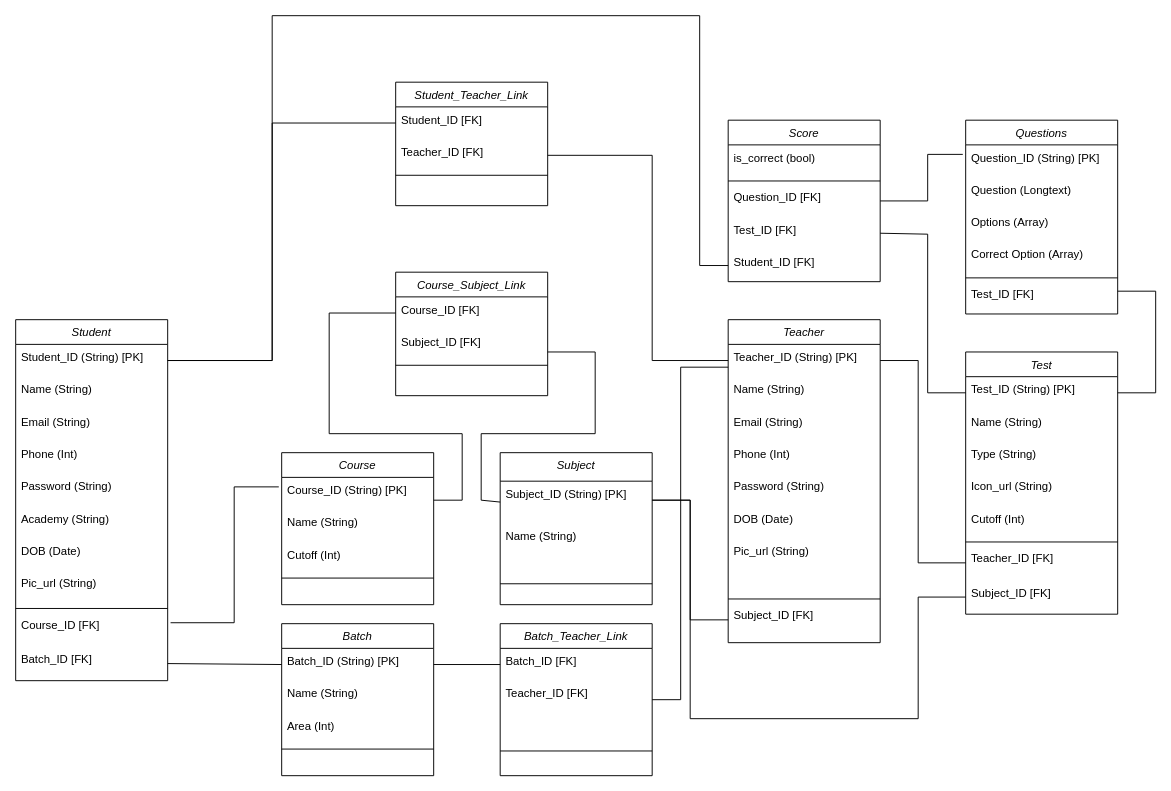
Above: Untitled Diagram.drawio in hemangmonga/QuizApp (draw.io), before the change. Source tidied: cells renumbered, new cells numbered last; positions are measured from the earlier drawing's top-left corner, leaving out a move shared by most shapes. Both pictures are drawn from the tidied source at 95%, with x=0, y=0 at pixel (15, 15).
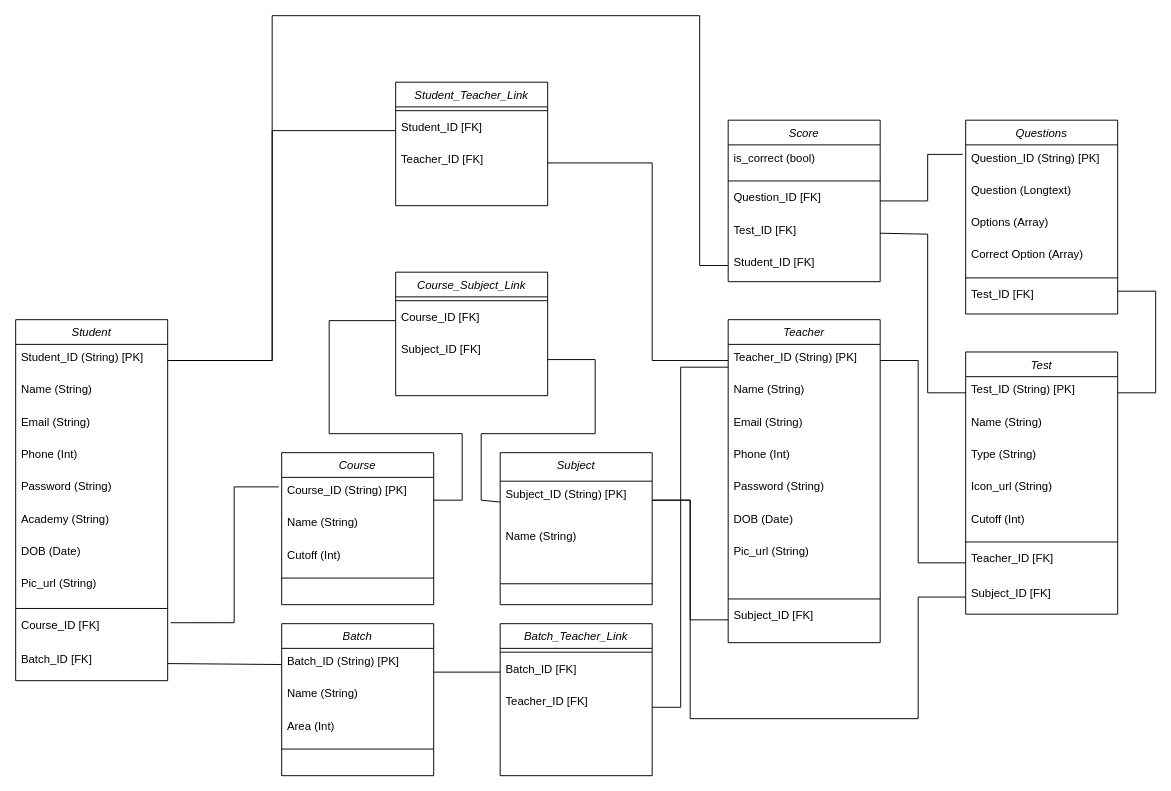
After the change.

Unchanged cells that the change refers to:
```xml
<mxCell id="15" value="Course_ID (String) [PK]" style="text;align=left;verticalAlign=top;spacingLeft=4;spacingRight=4;overflow=hidden;points=[[0,0.5],[1,0.5]];portConstraint=eastwest;" parent="14" vertex="1">
  <mxGeometry y="26" width="160" height="34" as="geometry" />
</mxCell>
<mxCell id="21" value="Batch_ID (String) [PK]" style="text;align=left;verticalAlign=top;spacingLeft=4;spacingRight=4;overflow=hidden;points=[[0,0.5],[1,0.5]];portConstraint=eastwest;" parent="20" vertex="1">
  <mxGeometry y="26" width="160" height="34" as="geometry" />
</mxCell>
<mxCell id="26" value="Subject_ID (String) [PK]" style="text;align=left;verticalAlign=top;spacingLeft=4;spacingRight=4;overflow=hidden;points=[[0,0.5],[1,0.5]];portConstraint=eastwest;" parent="25" vertex="1">
  <mxGeometry y="30" width="160" height="44" as="geometry" />
</mxCell>
<mxCell id="29" value="Course_Subject_Link" style="swimlane;fontStyle=2;align=center;verticalAlign=top;horizontal=1;startSize=26;rounded=0;shadow=0;strokeWidth=1;" parent="1" vertex="1">
  <mxGeometry x="400" y="270" width="160" height="130" as="geometry" />
</mxCell>
<mxCell id="36" value="Teacher_ID (String) [PK]" style="text;align=left;verticalAlign=top;spacingLeft=4;spacingRight=4;overflow=hidden;points=[[0,0.5],[1,0.5]];portConstraint=eastwest;" parent="35" vertex="1">
  <mxGeometry y="26" width="160" height="34" as="geometry" />
</mxCell>
<mxCell id="46" value="Student_Teacher_Link" style="swimlane;fontStyle=2;align=center;verticalAlign=top;horizontal=1;startSize=26;rounded=0;shadow=0;strokeWidth=1;" parent="1" vertex="1">
  <mxGeometry x="400" y="70" width="160" height="130" as="geometry" />
</mxCell>
<mxCell id="77" value="Batch_Teacher_Link" style="swimlane;fontStyle=2;align=center;verticalAlign=top;horizontal=1;startSize=26;rounded=0;shadow=0;strokeWidth=1;" parent="1" vertex="1">
  <mxGeometry x="510" y="640" width="160" height="160" as="geometry" />
</mxCell>
```

What changed in the source:
```diff
@@
+    <mxCell id="32" style="line;html=1;strokeWidth=1;align=left;verticalAlign=middle;spacingTop=-1;spacingLeft=3;spacingRight=3;labelPosition=right;" parent="29" vertex="1">
+      <mxGeometry y="26" width="160" height="8" as="geometry" />
+    </mxCell>
     <mxCell id="30" value="Course_ID [FK]" style="text;align=left;verticalAlign=top;spacingLeft=4;spacingRight=4;overflow=hidden;points=[[0,0.5],[1,0.5]];portConstraint=eastwest;" parent="29" vertex="1">
-      <mxGeometry y="26" width="160" height="34" as="geometry" />
+      <mxGeometry y="34" width="160" height="34" as="geometry" />
     </mxCell>
     <mxCell id="31" value="Subject_ID [FK]&#10; " style="text;align=left;verticalAlign=top;spacingLeft=4;spacingRight=4;overflow=hidden;points=[[0,0.5],[1,0.5]];portConstraint=eastwest;" parent="29" vertex="1">
-      <mxGeometry y="60" width="160" height="34" as="geometry" />
+      <mxGeometry y="68" width="160" height="34" as="geometry" />
     </mxCell>
-    <mxCell id="32" style="line;html=1;strokeWidth=1;align=left;verticalAlign=middle;spacingTop=-1;spacingLeft=3;spacingRight=3;labelPosition=right;" parent="29" vertex="1">
-      <mxGeometry y="94" width="160" height="8" as="geometry" />
-    </mxCell>
     <mxCell id="33" style="endArrow=none;html=1;rounded=0;exitX=1;exitY=0.706;exitDx=0;exitDy=0;exitPerimeter=0;entryX=0;entryY=0.5;entryDx=0;entryDy=0;" parent="1" edge="1" source="15" target="30">
       <mxGeometry relative="1" as="geometry">
         <Array as="points">
           <mxPoint x="470" y="510" />
           <mxPoint x="470" y="440" />
           <mxPoint x="330" y="440" />
-          <mxPoint x="330" y="313" />
+          <mxPoint x="330" y="321" />
         </Array>
       </mxGeometry>
     </mxCell>
     <mxCell id="34" style="endArrow=none;html=1;rounded=0;exitX=1;exitY=0.706;exitDx=0;exitDy=0;exitPerimeter=0;entryX=0;entryY=0.5;entryDx=0;entryDy=0;" parent="1" edge="1" source="31" target="26">
       <mxGeometry relative="1" as="geometry">
         <Array as="points">
-          <mxPoint x="610" y="354" />
+          <mxPoint x="610" y="362" />
           <mxPoint x="610" y="440" />
           <mxPoint x="490" y="440" />
           <mxPoint x="490" y="510" />
         </Array>
       </mxGeometry>
     </mxCell>
@@
+    <mxCell id="49" style="line;html=1;strokeWidth=1;align=left;verticalAlign=middle;spacingTop=-1;spacingLeft=3;spacingRight=3;labelPosition=right;" parent="46" vertex="1">
+      <mxGeometry y="26" width="160" height="8" as="geometry" />
+    </mxCell>
     <mxCell id="47" value="Student_ID [FK]" style="text;align=left;verticalAlign=top;spacingLeft=4;spacingRight=4;overflow=hidden;points=[[0,0.5],[1,0.5]];portConstraint=eastwest;" parent="46" vertex="1">
-      <mxGeometry y="26" width="160" height="34" as="geometry" />
+      <mxGeometry y="34" width="160" height="34" as="geometry" />
     </mxCell>
     <mxCell id="48" value="Teacher_ID [FK]&#10; " style="text;align=left;verticalAlign=top;spacingLeft=4;spacingRight=4;overflow=hidden;points=[[0,0.5],[1,0.5]];portConstraint=eastwest;" parent="46" vertex="1">
-      <mxGeometry y="60" width="160" height="34" as="geometry" />
+      <mxGeometry y="68" width="160" height="34" as="geometry" />
     </mxCell>
-    <mxCell id="49" style="line;html=1;strokeWidth=1;align=left;verticalAlign=middle;spacingTop=-1;spacingLeft=3;spacingRight=3;labelPosition=right;" parent="46" vertex="1">
-      <mxGeometry y="94" width="160" height="8" as="geometry" />
-    </mxCell>
     <mxCell id="50" style="endArrow=none;html=1;rounded=0;exitX=1.019;exitY=0.306;exitDx=0;exitDy=0;exitPerimeter=0;entryX=0;entryY=0.5;entryDx=0;entryDy=0;" parent="1" edge="1" target="47">
       <mxGeometry relative="1" as="geometry">
         <mxPoint x="160" y="363" as="sourcePoint" />
         <Array as="points">
           <mxPoint x="270" y="363" />
-          <mxPoint x="270" y="113" />
+          <mxPoint x="270" y="121" />
         </Array>
       </mxGeometry>
     </mxCell>
     <mxCell id="51" style="endArrow=none;html=1;rounded=0;exitX=1;exitY=0.5;exitDx=0;exitDy=0;entryX=0;entryY=0.5;entryDx=0;entryDy=0;" parent="1" edge="1" source="48" target="36">
       <mxGeometry relative="1" as="geometry">
         <Array as="points">
-          <mxPoint x="670" y="147" />
+          <mxPoint x="670" y="155" />
           <mxPoint x="670" y="363" />
         </Array>
       </mxGeometry>
     </mxCell>
@@
+    <mxCell id="80" style="line;html=1;strokeWidth=1;align=left;verticalAlign=middle;spacingTop=-1;spacingLeft=3;spacingRight=3;labelPosition=right;" parent="77" vertex="1">
+      <mxGeometry y="26" width="160" height="8" as="geometry" />
+    </mxCell>
     <mxCell id="78" value="Batch_ID [FK]" style="text;align=left;verticalAlign=top;spacingLeft=4;spacingRight=4;overflow=hidden;points=[[0,0.5],[1,0.5]];portConstraint=eastwest;" parent="77" vertex="1">
-      <mxGeometry y="26" width="160" height="34" as="geometry" />
+      <mxGeometry y="34" width="160" height="34" as="geometry" />
     </mxCell>
     <mxCell id="79" value="Teacher_ID [FK]" style="text;align=left;verticalAlign=top;spacingLeft=4;spacingRight=4;overflow=hidden;points=[[0,0.5],[1,0.5]];portConstraint=eastwest;" parent="77" vertex="1">
-      <mxGeometry y="60" width="160" height="70" as="geometry" />
+      <mxGeometry y="68" width="160" height="70" as="geometry" />
     </mxCell>
-    <mxCell id="80" style="line;html=1;strokeWidth=1;align=left;verticalAlign=middle;spacingTop=-1;spacingLeft=3;spacingRight=3;labelPosition=right;" parent="77" vertex="1">
-      <mxGeometry y="130" width="160" height="8" as="geometry" />
-    </mxCell>
@@
-    <mxCell id="82" style="endArrow=none;html=1;rounded=0;entryX=0;entryY=0.5;entryDx=0;entryDy=0;exitX=1;exitY=0.5;exitDx=0;exitDy=0;" parent="1" edge="1" source="21" target="78">
+    <mxCell id="82" style="endArrow=none;html=1;rounded=0;entryX=0;entryY=0.5;entryDx=0;entryDy=0;exitX=1;exitY=0.735;exitDx=0;exitDy=0;exitPerimeter=0;" parent="1" edge="1" source="21" target="78">
       <mxGeometry relative="1" as="geometry" />
     </mxCell>
     <mxCell id="83" style="endArrow=none;html=1;rounded=0;exitX=1;exitY=0.286;exitDx=0;exitDy=0;exitPerimeter=0;" parent="1" edge="1" source="79">
       <mxGeometry relative="1" as="geometry">
         <mxPoint x="750" y="370" as="targetPoint" />
         <Array as="points">
-          <mxPoint x="700" y="720" />
+          <mxPoint x="700" y="728" />
           <mxPoint x="700" y="370" />
         </Array>
       </mxGeometry>
     </mxCell>
```
